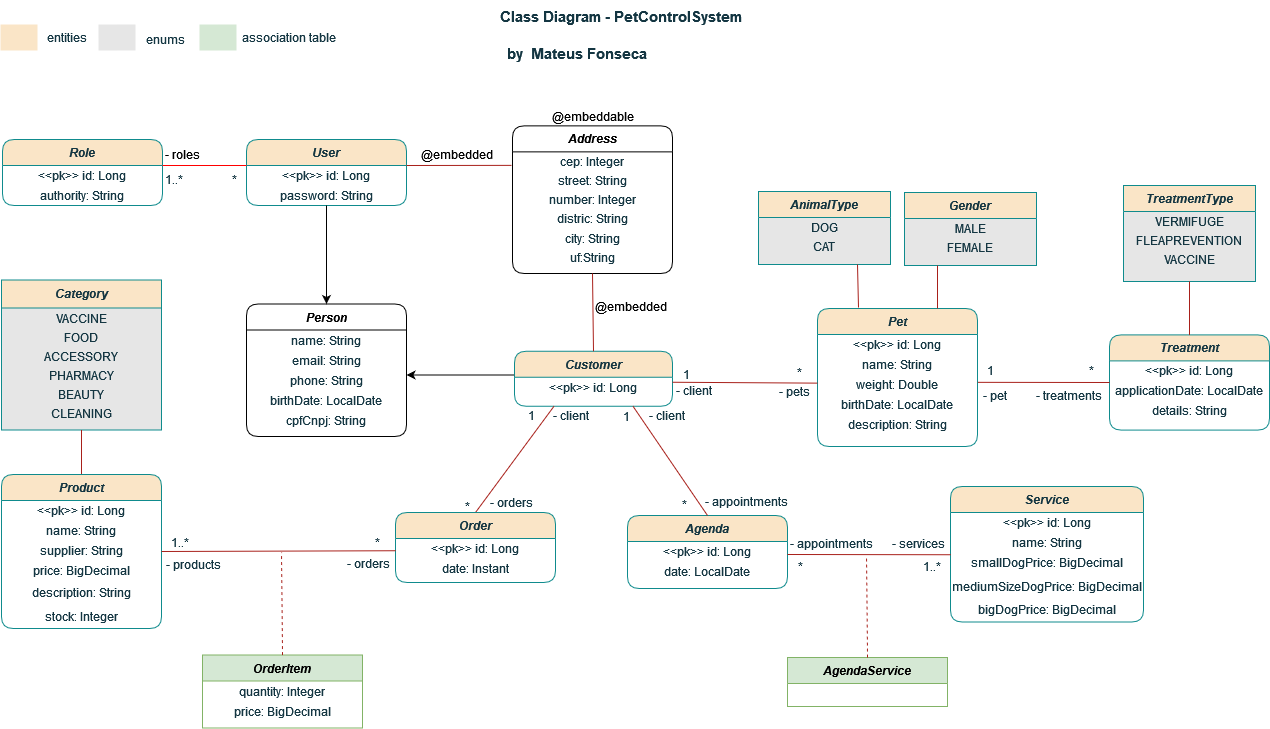
The draw.io diagram diagrams/class-diagram.png in mateusf-prog/petcontrol-system, before a commit. Source tidied: cells renumbered, new cells last; positions are measured from the earlier drawing's top-left corner, leaving out a move shared by most shapes.
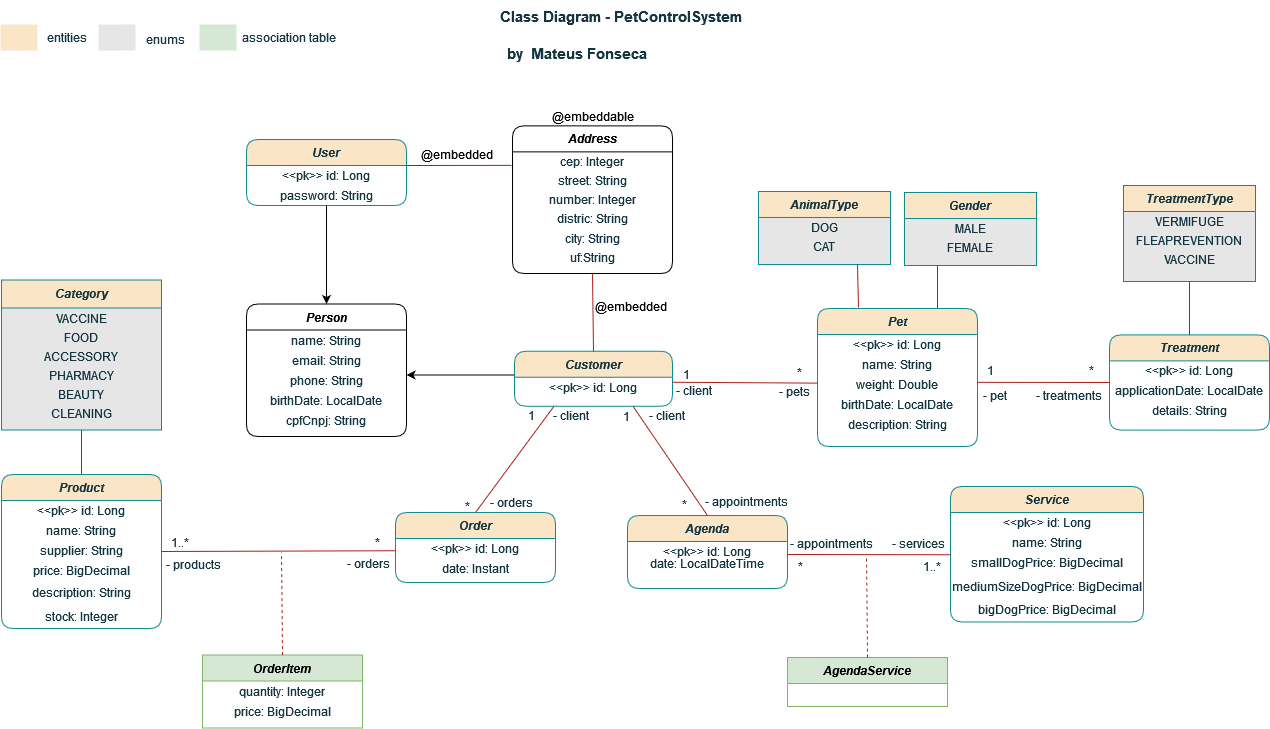
Above is the later version.

Commit message:
updated class-diagram

Change to the diagram source:
```diff
@@ -8,7 +8,7 @@
     <mxCell id="3" value="&amp;lt;&amp;lt;pk&amp;gt;&amp;gt; id: Long" style="text;html=1;align=center;verticalAlign=middle;whiteSpace=wrap;rounded=1;labelBackgroundColor=none;fontColor=#143642;" parent="2" vertex="1">
       <mxGeometry y="26" width="160" height="20" as="geometry" />
     </mxCell>
-    <mxCell id="4" value="date: LocalDate" style="text;html=1;align=center;verticalAlign=middle;whiteSpace=wrap;rounded=1;labelBackgroundColor=none;fontColor=#143642;" parent="2" vertex="1">
+    <mxCell id="4" value="&lt;div&gt;date: LocalDateTime&lt;/div&gt;&lt;div&gt;&lt;br&gt;&lt;/div&gt;" style="text;html=1;align=center;verticalAlign=middle;whiteSpace=wrap;rounded=1;labelBackgroundColor=none;fontColor=#143642;" parent="2" vertex="1">
       <mxGeometry y="46" width="160" height="20" as="geometry" />
     </mxCell>
     <mxCell id="5" value="Pet" style="swimlane;fontStyle=3;align=center;verticalAlign=top;horizontal=1;startSize=26;rounded=1;shadow=0;strokeWidth=1;labelBackgroundColor=none;fillColor=#FAE5C7;strokeColor=#0F8B8D;fontColor=#143642;" parent="1" vertex="1">
@@ -388,26 +388,5 @@
     <mxCell id="125" style="edgeStyle=orthogonalEdgeStyle;rounded=0;jettySize=auto;html=1;entryX=0.5;entryY=0;entryDx=0;entryDy=0;" parent="1" edge="1" source="13" target="119">
       <mxGeometry relative="1" as="geometry" />
     </mxCell>
-    <mxCell id="126" value="Role" style="swimlane;fontStyle=3;align=center;verticalAlign=top;horizontal=1;startSize=26;rounded=1;shadow=0;strokeWidth=1;labelBackgroundColor=none;fillColor=#FAE5C7;strokeColor=#0F8B8D;fontColor=#143642;" parent="1" vertex="1">
-      <mxGeometry x="2" y="140" width="160" height="66" as="geometry" />
-    </mxCell>
-    <mxCell id="127" value="&amp;lt;&amp;lt;pk&amp;gt;&amp;gt; id: Long" style="text;html=1;align=center;verticalAlign=middle;whiteSpace=wrap;rounded=1;labelBackgroundColor=none;fontColor=#143642;" parent="126" vertex="1">
-      <mxGeometry y="26" width="160" height="20" as="geometry" />
-    </mxCell>
-    <mxCell id="128" value="authority: String" style="text;html=1;align=center;verticalAlign=middle;whiteSpace=wrap;rounded=1;labelBackgroundColor=none;fontColor=#143642;" parent="126" vertex="1">
-      <mxGeometry y="46" width="160" height="20" as="geometry" />
-    </mxCell>
-    <mxCell id="129" style="endArrow=none;html=1;rounded=0;entryX=1;entryY=0;entryDx=0;entryDy=0;exitX=0;exitY=0;exitDx=0;exitDy=0;strokeColor=#FF0000;" parent="1" edge="1" source="12" target="127">
-      <mxGeometry relative="1" as="geometry" />
-    </mxCell>
-    <mxCell id="130" value="1..*" style="text;html=1;align=center;verticalAlign=middle;whiteSpace=wrap;rounded=1;labelBackgroundColor=none;fontColor=#143642;" parent="1" vertex="1">
-      <mxGeometry x="162" y="174" width="24" height="12" as="geometry" />
-    </mxCell>
-    <mxCell id="131" value="- roles" style="text;html=1;align=center;verticalAlign=middle;whiteSpace=wrap;rounded=0;" parent="1" vertex="1">
-      <mxGeometry x="164" y="148.2" width="36.5" height="14.2" as="geometry" />
-    </mxCell>
-    <mxCell id="132" value="*" style="text;html=1;align=center;verticalAlign=middle;whiteSpace=wrap;rounded=1;labelBackgroundColor=none;fontColor=#143642;" parent="1" vertex="1">
-      <mxGeometry x="222" y="174" width="24" height="12" as="geometry" />
-    </mxCell>
   </root>
 </mxGraphModel>
```
